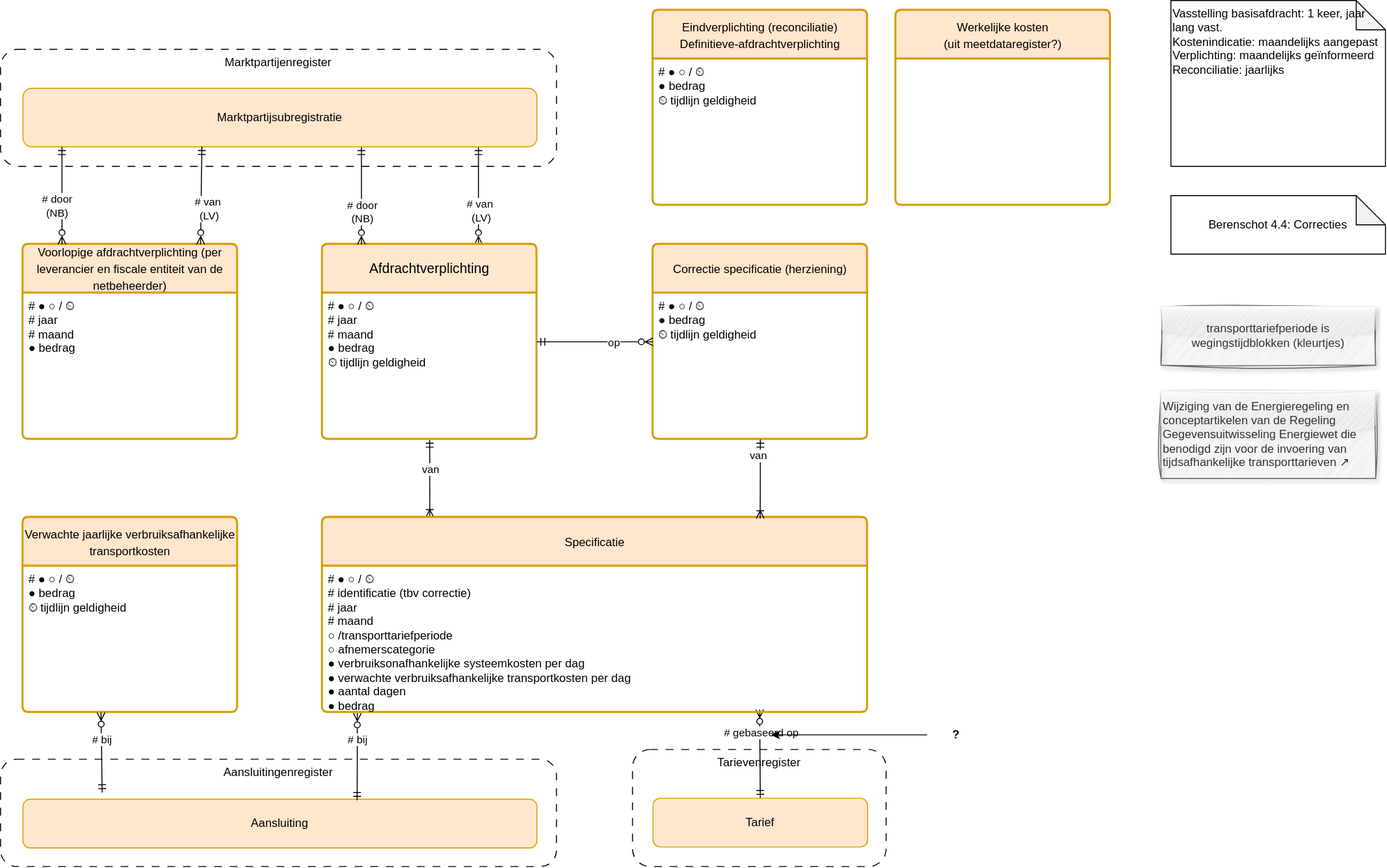
The draw.io diagram registers/afdrachtverplichtingenregister/1.0/afdrachtverplichtingenregister.drawio.svg in Netbeheer-Nederland/stelsel, before a commit. Source tidied: cells renumbered, new cells last; positions are measured from the earlier drawing's top-left corner, leaving out a move shared by most shapes.
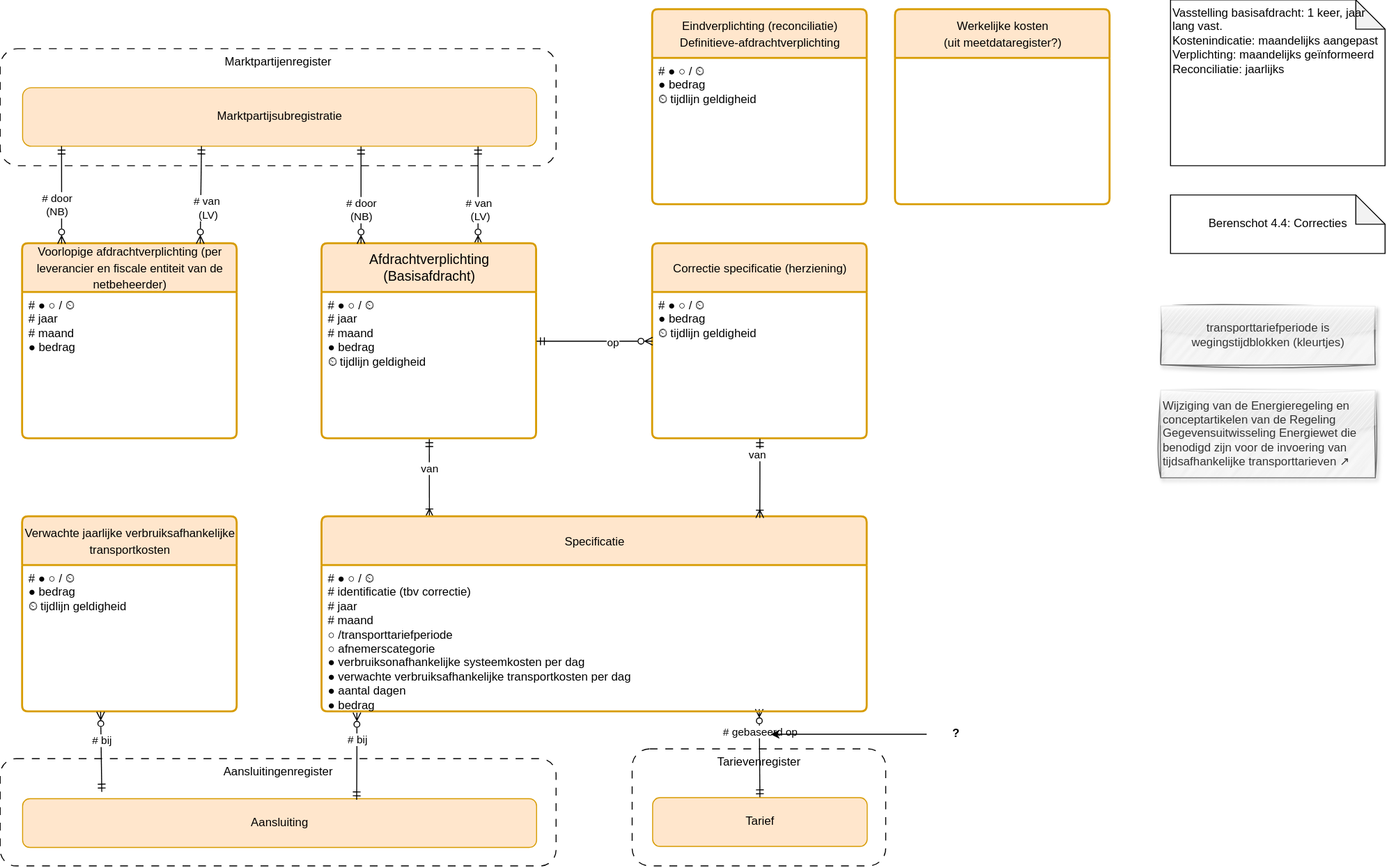
Above is the later version.

Commit message:
Updtate drawIO met toelichting

Diff of the diagram source:
```diff
@@ -52,7 +52,7 @@
         <mxPoint x="4" y="9" as="offset" />
       </mxGeometry>
     </mxCell>
-    <mxCell id="15" value="Afdrachtverplichting" style="swimlane;horizontal=1;startSize=50;rounded=1;fontSize=14;fontStyle=0;strokeWidth=2;shadow=0;dashed=0;align=center;arcSize=4;whiteSpace=wrap;html=1;fillColor=#ffe6cc;strokeColor=#d79b00;" parent="1" vertex="1">
+    <mxCell id="15" value="Afdrachtverplichting (Basisafdracht)" style="swimlane;horizontal=1;startSize=50;rounded=1;fontSize=14;fontStyle=0;strokeWidth=2;shadow=0;dashed=0;align=center;arcSize=4;whiteSpace=wrap;html=1;fillColor=#ffe6cc;strokeColor=#d79b00;" parent="1" vertex="1">
       <mxGeometry x="330" y="250" width="220" height="200" as="geometry" />
     </mxCell>
     <mxCell id="16" value="&lt;div&gt;&lt;span style=&quot;background-color: transparent; color: light-dark(rgb(0, 0, 0), rgb(255, 255, 255));&quot;&gt;#&amp;nbsp;&lt;/span&gt;&lt;span style=&quot;background-color: transparent; color: light-dark(rgb(0, 0, 0), rgb(255, 255, 255));&quot;&gt;●&amp;nbsp;&lt;/span&gt;&lt;span style=&quot;background-color: transparent; color: light-dark(rgb(0, 0, 0), rgb(255, 255, 255));&quot;&gt;○&lt;/span&gt;&lt;span style=&quot;background-color: transparent; color: light-dark(rgb(0, 0, 0), rgb(255, 255, 255));&quot;&gt;&amp;nbsp;&lt;/span&gt;&lt;span style=&quot;background-color: transparent; color: light-dark(rgb(0, 0, 0), rgb(255, 255, 255));&quot;&gt;/&amp;nbsp;&lt;/span&gt;&lt;span style=&quot;background-color: transparent; color: light-dark(rgb(0, 0, 0), rgb(255, 255, 255));&quot;&gt;⏲&amp;nbsp;&lt;/span&gt;&lt;/div&gt;&lt;div&gt;&lt;span style=&quot;background-color: transparent; color: light-dark(rgb(0, 0, 0), rgb(255, 255, 255));&quot;&gt;# jaar&lt;/span&gt;&lt;/div&gt;&lt;div&gt;# maand&lt;span style=&quot;background-color: transparent; color: light-dark(rgb(0, 0, 0), rgb(255, 255, 255));&quot;&gt;&lt;/span&gt;&lt;/div&gt;&lt;div&gt;&lt;span style=&quot;background-color: transparent; color: light-dark(rgb(0, 0, 0), rgb(255, 255, 255));&quot;&gt;● bedrag&lt;/span&gt;&lt;/div&gt;&lt;div&gt;⏲ tijdlijn geldigheid&lt;/div&gt;" style="align=left;strokeColor=none;fillColor=none;spacingLeft=4;fontSize=12;verticalAlign=top;html=1;" parent="15" vertex="1">
```
